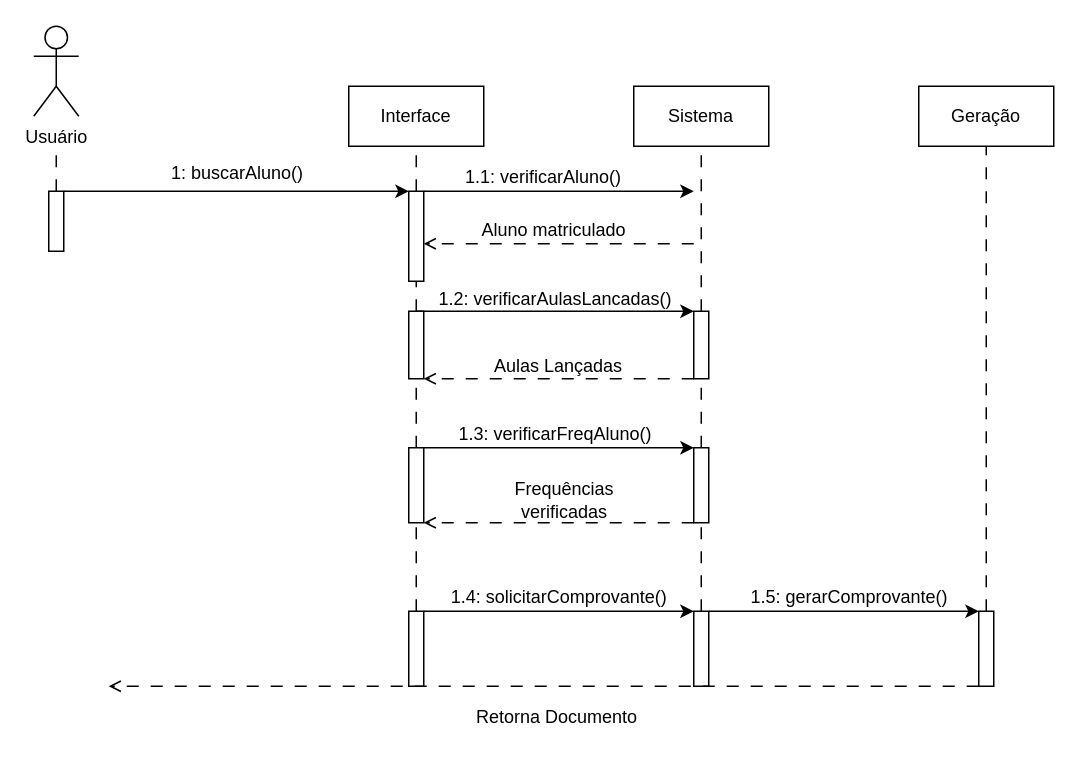
This is DIAGRAMA DE SEQUENCIA.drawio from LizReis/An-lise-de-Sistemas, a draw.io file, before an edit. Source tidied: cells renumbered, new cells numbered last; positions are measured from the earlier drawing's top-left corner, leaving out a move shared by most shapes. Both pictures are drawn from the tidied source at 150%, with x=0, y=0 at pixel (33, 26).
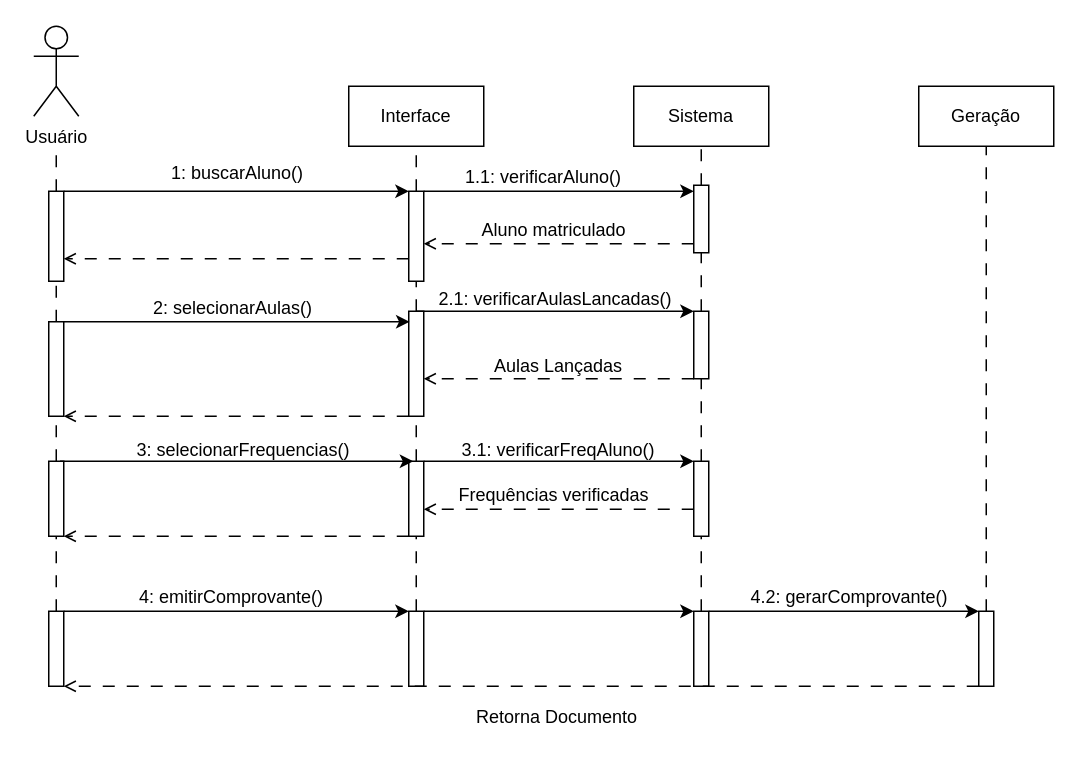
Above is the later version.

The change refers to these unchanged cells:
```xml
<mxCell id="6" value="Sistema" style="rounded=0;whiteSpace=wrap;html=1;" parent="1" vertex="1">
  <mxGeometry x="400" y="40" width="90" height="40" as="geometry" />
</mxCell>
<mxCell id="11" style="rounded=0;whiteSpace=wrap;html=1;" parent="1" vertex="1">
  <mxGeometry x="440" y="190" width="10" height="45" as="geometry" />
</mxCell>
<mxCell id="18" style="rounded=0;whiteSpace=wrap;html=1;" parent="1" vertex="1">
  <mxGeometry x="250" y="390" width="10" height="50" as="geometry" />
</mxCell>
<mxCell id="22" style="rounded=0;whiteSpace=wrap;html=1;" parent="1" vertex="1">
  <mxGeometry x="630" y="390" width="10" height="50" as="geometry" />
</mxCell>
<mxCell id="36" style="rounded=0;whiteSpace=wrap;html=1;" parent="1" vertex="1">
  <mxGeometry x="250" y="110" width="10" height="60" as="geometry" />
</mxCell>
```

Diff of the diagram source:
```diff
@@
     <mxCell id="2" style="rounded=0;whiteSpace=wrap;html=1;" parent="1" vertex="1">
-      <mxGeometry x="10" y="110" width="10" height="40" as="geometry" />
+      <mxGeometry x="10" y="110" width="10" height="60" as="geometry" />
     </mxCell>
@@
     <mxCell id="10" style="rounded=0;whiteSpace=wrap;html=1;" parent="1" vertex="1">
-      <mxGeometry x="250" y="190" width="10" height="45" as="geometry" />
+      <mxGeometry x="250" y="190" width="10" height="70" as="geometry" />
     </mxCell>
@@
-    <mxCell id="13" style="endArrow=open;html=1;rounded=0;entryX=1;entryY=1;entryDx=0;entryDy=0;exitX=0;exitY=1;exitDx=0;exitDy=0;dashed=1;dashPattern=8 8;endFill=0;" parent="1" edge="1" source="11" target="10">
+    <mxCell id="13" style="endArrow=open;html=1;rounded=0;entryX=1;entryY=0.643;entryDx=0;entryDy=0;exitX=0;exitY=1;exitDx=0;exitDy=0;dashed=1;dashPattern=8 8;endFill=0;entryPerimeter=0;" parent="1" edge="1" source="11" target="10">
       <mxGeometry relative="1" as="geometry" />
     </mxCell>
     <mxCell id="14" style="rounded=0;whiteSpace=wrap;html=1;" parent="1" vertex="1">
-      <mxGeometry x="250" y="281" width="10" height="50" as="geometry" />
+      <mxGeometry x="250" y="290" width="10" height="50" as="geometry" />
     </mxCell>
     <mxCell id="15" style="rounded=0;whiteSpace=wrap;html=1;" parent="1" vertex="1">
-      <mxGeometry x="440" y="281" width="10" height="50" as="geometry" />
+      <mxGeometry x="440" y="290" width="10" height="50" as="geometry" />
     </mxCell>
@@
-    <mxCell id="17" style="endArrow=open;html=1;rounded=0;entryX=1;entryY=1;entryDx=0;entryDy=0;dashed=1;dashPattern=8 8;endFill=0;exitX=0;exitY=1;exitDx=0;exitDy=0;" parent="1" edge="1" source="15" target="14">
+    <mxCell id="17" style="endArrow=open;html=1;rounded=0;entryX=1;entryY=0.64;entryDx=0;entryDy=0;dashed=1;dashPattern=8 8;endFill=0;exitX=0;exitY=0.64;exitDx=0;exitDy=0;entryPerimeter=0;exitPerimeter=0;" parent="1" edge="1" source="15" target="14">
       <mxGeometry relative="1" as="geometry" />
     </mxCell>
@@
-    <mxCell id="21" value="1.4: solicitarComprovante()" style="text;html=1;align=center;verticalAlign=middle;whiteSpace=wrap;rounded=0;" parent="1" vertex="1">
-      <mxGeometry x="268.6" y="366" width="162.8" height="30" as="geometry" />
-    </mxCell>
@@
-    <mxCell id="24" value="1.5: gerarComprovante()" style="text;html=1;align=center;verticalAlign=middle;whiteSpace=wrap;rounded=0;" parent="1" vertex="1">
+    <mxCell id="24" value="4.2: gerarComprovante()" style="text;html=1;align=center;verticalAlign=middle;whiteSpace=wrap;rounded=0;" parent="1" vertex="1">
       <mxGeometry x="466.5" y="366" width="153.5" height="30" as="geometry" />
     </mxCell>
-    <mxCell id="25" style="endArrow=open;html=1;rounded=0;dashed=1;dashPattern=8 8;endFill=0;exitX=0;exitY=1;exitDx=0;exitDy=0;" parent="1" edge="1" source="22">
-      <mxGeometry relative="1" as="geometry">
-        <mxPoint x="50" y="440" as="targetPoint" />
-      </mxGeometry>
+    <mxCell id="25" style="endArrow=open;html=1;rounded=0;dashed=1;dashPattern=8 8;endFill=0;exitX=0;exitY=1;exitDx=0;exitDy=0;entryX=1;entryY=1;entryDx=0;entryDy=0;" parent="1" edge="1" source="22" target="54">
+      <mxGeometry relative="1" as="geometry" />
     </mxCell>
@@
-    <mxCell id="28" style="endArrow=none;html=1;rounded=0;entryX=0.5;entryY=1;entryDx=0;entryDy=0;exitX=0.5;exitY=0;exitDx=0;exitDy=0;dashed=1;dashPattern=8 8;" parent="1" edge="1" source="11" target="6">
+    <mxCell id="28" style="endArrow=none;html=1;rounded=0;entryX=0.5;entryY=1;entryDx=0;entryDy=0;exitX=0.5;exitY=0;exitDx=0;exitDy=0;dashed=1;dashPattern=8 8;" parent="1" edge="1" source="61" target="6">
       <mxGeometry relative="1" as="geometry" />
     </mxCell>
@@
-    <mxCell id="40" value="1.2: verificarAulasLancadas()" style="text;html=1;align=center;verticalAlign=middle;whiteSpace=wrap;rounded=0;" parent="1" vertex="1">
+    <mxCell id="40" value="2.1: verificarAulasLancadas()" style="text;html=1;align=center;verticalAlign=middle;whiteSpace=wrap;rounded=0;" parent="1" vertex="1">
       <mxGeometry x="268" y="167" width="160" height="30" as="geometry" />
     </mxCell>
@@
-    <mxCell id="42" value="1.3: verificarFreqAluno()" style="text;html=1;align=center;verticalAlign=middle;whiteSpace=wrap;rounded=0;" parent="1" vertex="1">
-      <mxGeometry x="268" y="257" width="160" height="30" as="geometry" />
+    <mxCell id="42" value="3.1: verificarFreqAluno()" style="text;html=1;align=center;verticalAlign=middle;whiteSpace=wrap;rounded=0;" parent="1" vertex="1">
+      <mxGeometry x="270" y="268" width="160" height="30" as="geometry" />
     </mxCell>
     <mxCell id="43" value="Frequências verificadas" style="text;html=1;align=center;verticalAlign=middle;whiteSpace=wrap;rounded=0;" parent="1" vertex="1">
-      <mxGeometry x="294" y="301" width="120" height="30" as="geometry" />
+      <mxGeometry x="277.2" y="298" width="140" height="30" as="geometry" />
     </mxCell>
@@
+    <mxCell id="45" style="endArrow=classic;html=1;rounded=0;exitX=0.75;exitY=0;exitDx=0;exitDy=0;entryX=0;entryY=0;entryDx=0;entryDy=0;" parent="1" edge="1" source="47">
+      <mxGeometry relative="1" as="geometry">
+        <mxPoint x="250.5" y="197" as="targetPoint" />
+      </mxGeometry>
+    </mxCell>
+    <mxCell id="46" style="endArrow=open;html=1;rounded=0;entryX=1;entryY=0.75;entryDx=0;entryDy=0;exitX=0;exitY=0.75;exitDx=0;exitDy=0;dashed=1;dashPattern=8 8;endFill=0;" parent="1" edge="1" source="36" target="2">
+      <mxGeometry relative="1" as="geometry" />
+    </mxCell>
+    <mxCell id="47" style="rounded=0;whiteSpace=wrap;html=1;" parent="1" vertex="1">
+      <mxGeometry x="10" y="197" width="10" height="63" as="geometry" />
+    </mxCell>
+    <mxCell id="48" value="2: selecionarAulas()" style="text;html=1;align=center;verticalAlign=middle;whiteSpace=wrap;rounded=0;" parent="1" vertex="1">
+      <mxGeometry x="52.5" y="173" width="160" height="30" as="geometry" />
+    </mxCell>
+    <mxCell id="49" style="endArrow=open;html=1;rounded=0;entryX=1;entryY=1;entryDx=0;entryDy=0;exitX=0;exitY=1;exitDx=0;exitDy=0;dashed=1;dashPattern=8 8;endFill=0;" parent="1" edge="1" source="10" target="47">
+      <mxGeometry relative="1" as="geometry" />
+    </mxCell>
+    <mxCell id="50" style="rounded=0;whiteSpace=wrap;html=1;" parent="1" vertex="1">
+      <mxGeometry x="10" y="290" width="10" height="50" as="geometry" />
+    </mxCell>
+    <mxCell id="51" style="endArrow=classic;html=1;rounded=0;exitX=0.75;exitY=0;exitDx=0;exitDy=0;" parent="1" edge="1" source="50">
+      <mxGeometry relative="1" as="geometry">
+        <mxPoint x="253" y="290" as="targetPoint" />
+      </mxGeometry>
+    </mxCell>
+    <mxCell id="52" value="3: selecionarFrequencias()" style="text;html=1;align=center;verticalAlign=middle;whiteSpace=wrap;rounded=0;" parent="1" vertex="1">
+      <mxGeometry x="60" y="268" width="160" height="30" as="geometry" />
+    </mxCell>
+    <mxCell id="53" style="endArrow=open;html=1;rounded=0;entryX=1;entryY=1;entryDx=0;entryDy=0;exitX=0;exitY=1;exitDx=0;exitDy=0;dashed=1;dashPattern=8 8;endFill=0;" parent="1" edge="1" source="14" target="50">
+      <mxGeometry relative="1" as="geometry" />
+    </mxCell>
+    <mxCell id="54" style="rounded=0;whiteSpace=wrap;html=1;" parent="1" vertex="1">
+      <mxGeometry x="10" y="390" width="10" height="50" as="geometry" />
+    </mxCell>
+    <mxCell id="55" style="endArrow=classic;html=1;rounded=0;exitX=1;exitY=0;exitDx=0;exitDy=0;entryX=0;entryY=0;entryDx=0;entryDy=0;" parent="1" edge="1" source="54" target="18">
+      <mxGeometry relative="1" as="geometry" />
+    </mxCell>
+    <mxCell id="56" value="4: emitirComprovante()" style="text;html=1;align=center;verticalAlign=middle;whiteSpace=wrap;rounded=0;" parent="1" vertex="1">
+      <mxGeometry x="52" y="366" width="160" height="30" as="geometry" />
+    </mxCell>
+    <mxCell id="57" style="endArrow=none;html=1;rounded=0;exitX=0.5;exitY=0;exitDx=0;exitDy=0;dashed=1;dashPattern=8 8;entryX=0.5;entryY=1;entryDx=0;entryDy=0;" parent="1" edge="1" source="47" target="2">
+      <mxGeometry relative="1" as="geometry" />
+    </mxCell>
+    <mxCell id="58" style="endArrow=none;html=1;rounded=0;exitX=0.5;exitY=0;exitDx=0;exitDy=0;dashed=1;dashPattern=8 8;entryX=0.5;entryY=1;entryDx=0;entryDy=0;" parent="1" edge="1" source="50" target="47">
+      <mxGeometry relative="1" as="geometry" />
+    </mxCell>
+    <mxCell id="59" style="endArrow=none;html=1;rounded=0;exitX=0.5;exitY=0;exitDx=0;exitDy=0;dashed=1;dashPattern=8 8;entryX=0.5;entryY=1;entryDx=0;entryDy=0;" parent="1" edge="1" source="54" target="50">
+      <mxGeometry relative="1" as="geometry" />
+    </mxCell>
+    <mxCell id="60" style="endArrow=none;html=1;rounded=0;entryX=0.5;entryY=1;entryDx=0;entryDy=0;exitX=0.5;exitY=0;exitDx=0;exitDy=0;dashed=1;dashPattern=8 8;" parent="1" edge="1" source="11" target="61">
+      <mxGeometry relative="1" as="geometry" />
+    </mxCell>
+    <mxCell id="61" style="rounded=0;whiteSpace=wrap;html=1;" parent="1" vertex="1">
+      <mxGeometry x="440" y="106" width="10" height="45" as="geometry" />
+    </mxCell>
```
